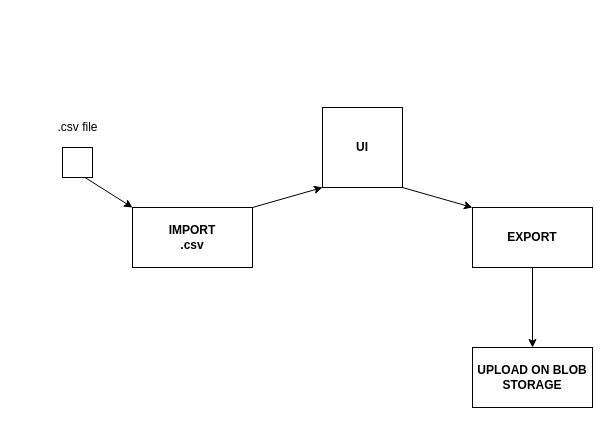
The draw.io diagram Untitled Diagram.drawio in jelenacoe/Intern, before the edit. Source tidied: cells renumbered, new cells numbered last; positions are measured from the earlier drawing's top-left corner, leaving out a move shared by most shapes. Both pictures are drawn from the tidied source at 100%, with x=0, y=0 at pixel (47, 107).
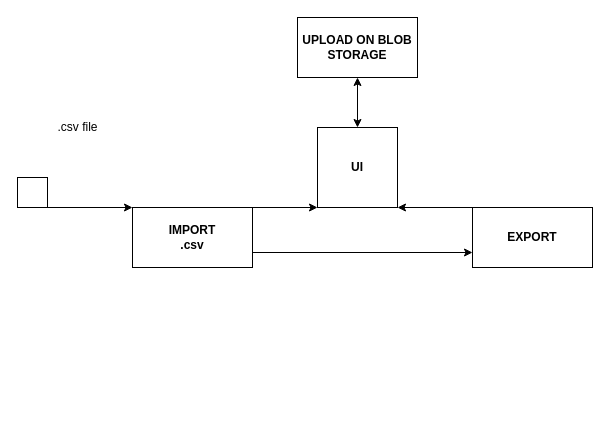
After the change.

Diff of the diagram source:
```diff
@@
 <mxGraphModel>
   <root>
     <mxCell id="0" />
     <mxCell id="1" parent="0" />
     <mxCell id="2" style="whiteSpace=wrap;html=1;" parent="1" vertex="1">
-      <mxGeometry x="15" y="40" width="30" height="30" as="geometry" />
+      <mxGeometry x="-30" y="70" width="30" height="30" as="geometry" />
     </mxCell>
     <mxCell id="3" value="&lt;b&gt;IMPORT&lt;br&gt;.csv&lt;br&gt;&lt;/b&gt;" style="rounded=0;whiteSpace=wrap;html=1;" parent="1" vertex="1">
       <mxGeometry x="85" y="100" width="120" height="60" as="geometry" />
     </mxCell>
     <mxCell id="4" style="endArrow=classic;html=1;exitX=0.75;exitY=1;exitDx=0;exitDy=0;entryX=0;entryY=0;entryDx=0;entryDy=0;" parent="1" edge="1" source="2" target="3">
       <mxGeometry relative="1" as="geometry" />
     </mxCell>
     <mxCell id="5" value="&lt;b&gt;EXPORT&lt;/b&gt;" style="rounded=0;whiteSpace=wrap;html=1;" parent="1" vertex="1">
       <mxGeometry x="425" y="100" width="120" height="60" as="geometry" />
     </mxCell>
     <mxCell id="6" value="&lt;b&gt;UI&lt;/b&gt;" style="whiteSpace=wrap;html=1;" parent="1" vertex="1">
-      <mxGeometry x="275" width="80" height="80" as="geometry" />
+      <mxGeometry x="270" y="20" width="80" height="80" as="geometry" />
     </mxCell>
     <mxCell id="7" value="&lt;b&gt;UPLOAD ON BLOB STORAGE&lt;/b&gt;" style="rounded=0;whiteSpace=wrap;html=1;" parent="1" vertex="1">
-      <mxGeometry x="425" y="240" width="120" height="60" as="geometry" />
+      <mxGeometry x="250" y="-90" width="120" height="60" as="geometry" />
     </mxCell>
     <mxCell id="8" value=".csv file" style="text;html=1;align=center;verticalAlign=middle;" parent="1" vertex="1">
       <mxGeometry y="10" width="60" height="20" as="geometry" />
     </mxCell>
     <mxCell id="9" style="endArrow=classic;html=1;exitX=1;exitY=0;exitDx=0;exitDy=0;entryX=0;entryY=1;entryDx=0;entryDy=0;" parent="1" edge="1" source="3" target="6">
       <mxGeometry relative="1" as="geometry" />
     </mxCell>
-    <mxCell id="10" style="endArrow=classic;html=1;entryX=0;entryY=0;entryDx=0;entryDy=0;exitX=1;exitY=1;exitDx=0;exitDy=0;" parent="1" edge="1" source="6" target="5">
-      <mxGeometry relative="1" as="geometry" />
-    </mxCell>
-    <mxCell id="11" style="endArrow=classic;html=1;exitX=0.5;exitY=1;exitDx=0;exitDy=0;entryX=0.5;entryY=0;entryDx=0;entryDy=0;" parent="1" edge="1" source="5" target="7">
-      <mxGeometry relative="1" as="geometry" />
-    </mxCell>
+    <mxCell id="12" style="endArrow=classic;startArrow=classic;html=1;" parent="1" edge="1">
+      <mxGeometry relative="1" as="geometry">
+        <mxPoint x="310" y="-30" as="sourcePoint" />
+        <mxPoint x="310" y="20" as="targetPoint" />
+      </mxGeometry>
+    </mxCell>
+    <mxCell id="13" style="endArrow=classic;html=1;exitX=1;exitY=0.75;exitDx=0;exitDy=0;entryX=0;entryY=0.75;entryDx=0;entryDy=0;" parent="1" edge="1" source="3" target="5">
+      <mxGeometry relative="1" as="geometry" />
+    </mxCell>
+    <mxCell id="14" style="endArrow=classic;html=1;exitX=0;exitY=0;exitDx=0;exitDy=0;entryX=1;entryY=1;entryDx=0;entryDy=0;" parent="1" edge="1" source="5" target="6">
+      <mxGeometry relative="1" as="geometry" />
+    </mxCell>
   </root>
 </mxGraphModel>
```
